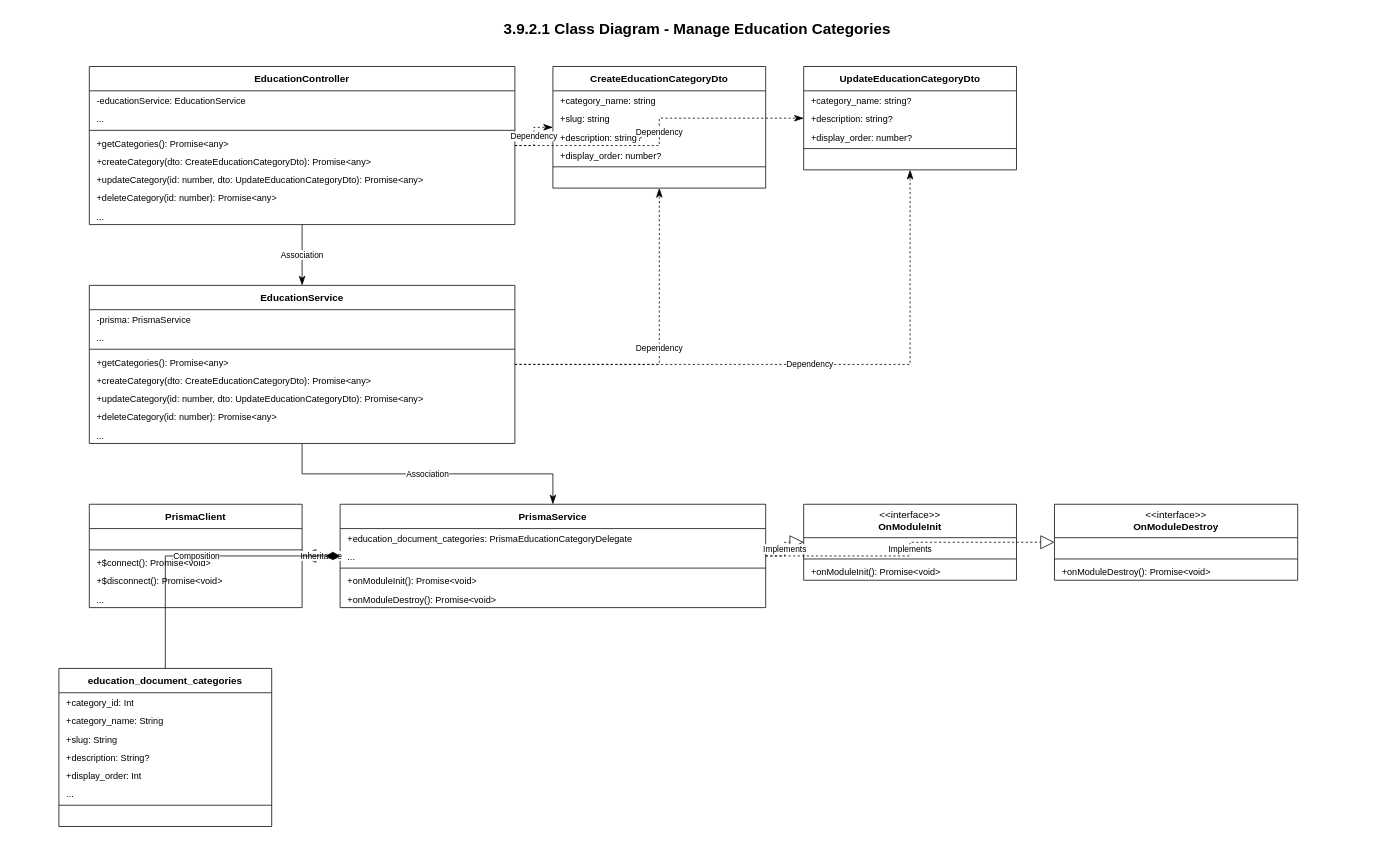
CuongBC195/class-diagram-donation-blood keeps this draw.io diagram as page "Manage Education Categories" (2 of 3) of education_all_class_diagrams.drawio. Above is the earlier version. Source tidied: cells renumbered, new cells numbered last; positions are measured from the earlier drawing's top-left corner, leaving out a move shared by most shapes. Both pictures are drawn from the tidied source at 76%, with x=0, y=0 at pixel (13, 13).
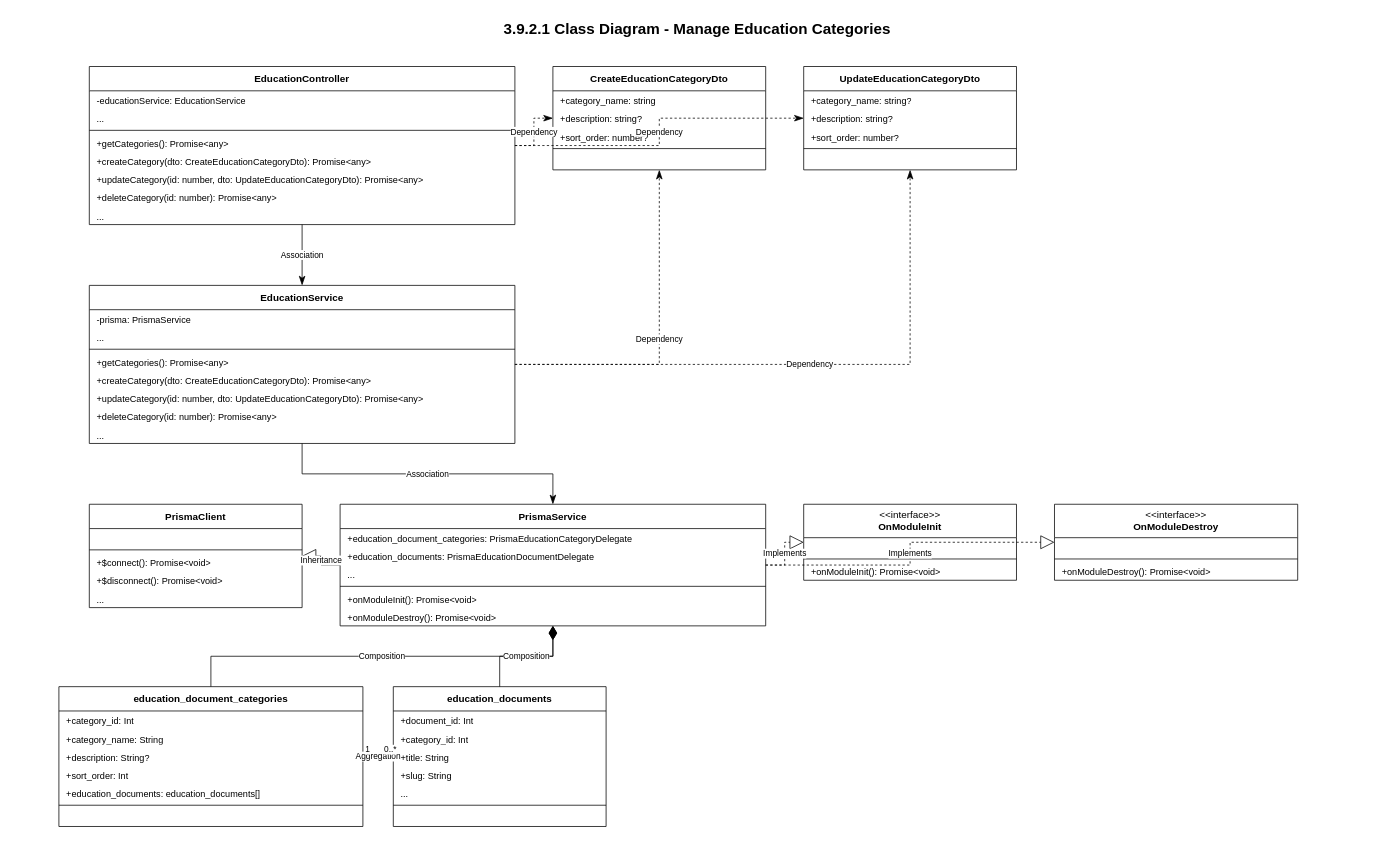
The same page after the edit.

Commit message (it also covers changes not shown here):
fix(education): align class diagrams with code and prisma schema (3 tabs)

The change refers to these unchanged cells:
```xml
<mxCell id="19" value="&lt;b&gt;UpdateEducationCategoryDto&lt;/b&gt;" style="swimlane;fontStyle=0;horizontal=1;startSize=32;whiteSpace=wrap;html=1;fillColor=#ffffff;strokeColor=#000000;swimlaneFillColor=#ffffff;fontColor=#000000;fontFamily=Arial;fontSize=13;" parent="1" vertex="1">
  <mxGeometry x="1040" y="70" width="280" height="136" as="geometry" />
</mxCell>
```

Change to the diagram source:
```diff
@@
     <mxCell id="12" value="&lt;b&gt;CreateEducationCategoryDto&lt;/b&gt;" style="swimlane;fontStyle=0;horizontal=1;startSize=32;whiteSpace=wrap;html=1;fillColor=#ffffff;strokeColor=#000000;swimlaneFillColor=#ffffff;fontColor=#000000;fontFamily=Arial;fontSize=13;" parent="1" vertex="1">
-      <mxGeometry x="710" y="70" width="280" height="160" as="geometry" />
+      <mxGeometry x="710" y="70" width="280" height="136" as="geometry" />
     </mxCell>
@@
-    <mxCell id="14" value="+slug: string" style="text;strokeColor=none;fillColor=none;align=left;verticalAlign=top;spacingLeft=8;spacingRight=8;overflow=hidden;whiteSpace=wrap;html=1;fontFamily=Arial;fontSize=12;fontColor=#000000;" parent="12" vertex="1">
+    <mxCell id="14" value="+description: string?" style="text;strokeColor=none;fillColor=none;align=left;verticalAlign=top;spacingLeft=8;spacingRight=8;overflow=hidden;whiteSpace=wrap;html=1;fontFamily=Arial;fontSize=12;fontColor=#000000;" parent="12" vertex="1">
       <mxGeometry y="56" width="280" height="24" as="geometry" />
     </mxCell>
-    <mxCell id="15" value="+description: string?" style="text;strokeColor=none;fillColor=none;align=left;verticalAlign=top;spacingLeft=8;spacingRight=8;overflow=hidden;whiteSpace=wrap;html=1;fontFamily=Arial;fontSize=12;fontColor=#000000;" parent="12" vertex="1">
+    <mxCell id="15" value="+sort_order: number?" style="text;strokeColor=none;fillColor=none;align=left;verticalAlign=top;spacingLeft=8;spacingRight=8;overflow=hidden;whiteSpace=wrap;html=1;fontFamily=Arial;fontSize=12;fontColor=#000000;" parent="12" vertex="1">
       <mxGeometry y="80" width="280" height="24" as="geometry" />
     </mxCell>
-    <mxCell id="16" value="+display_order: number?" style="text;strokeColor=none;fillColor=none;align=left;verticalAlign=top;spacingLeft=8;spacingRight=8;overflow=hidden;whiteSpace=wrap;html=1;fontFamily=Arial;fontSize=12;fontColor=#000000;" parent="12" vertex="1">
-      <mxGeometry y="104" width="280" height="24" as="geometry" />
-    </mxCell>
     <mxCell id="17" style="line;strokeWidth=1;fillColor=none;strokeColor=#000000;align=left;verticalAlign=middle;" parent="12" vertex="1">
-      <mxGeometry y="128" width="280" height="8" as="geometry" />
+      <mxGeometry y="104" width="280" height="8" as="geometry" />
     </mxCell>
     <mxCell id="18" value=" " style="text;strokeColor=none;fillColor=none;align=left;verticalAlign=top;spacingLeft=8;spacingRight=8;overflow=hidden;whiteSpace=wrap;html=1;fontFamily=Arial;fontSize=12;fontColor=#000000;" parent="12" vertex="1">
-      <mxGeometry y="136" width="280" height="24" as="geometry" />
+      <mxGeometry y="112" width="280" height="24" as="geometry" />
     </mxCell>
@@
-    <mxCell id="22" value="+display_order: number?" style="text;strokeColor=none;fillColor=none;align=left;verticalAlign=top;spacingLeft=8;spacingRight=8;overflow=hidden;whiteSpace=wrap;html=1;fontFamily=Arial;fontSize=12;fontColor=#000000;" parent="19" vertex="1">
+    <mxCell id="22" value="+sort_order: number?" style="text;strokeColor=none;fillColor=none;align=left;verticalAlign=top;spacingLeft=8;spacingRight=8;overflow=hidden;whiteSpace=wrap;html=1;fontFamily=Arial;fontSize=12;fontColor=#000000;" parent="19" vertex="1">
       <mxGeometry y="80" width="280" height="24" as="geometry" />
     </mxCell>
@@
     <mxCell id="48" value="&lt;b&gt;PrismaService&lt;/b&gt;" style="swimlane;fontStyle=0;horizontal=1;startSize=32;whiteSpace=wrap;html=1;fillColor=#ffffff;strokeColor=#000000;swimlaneFillColor=#ffffff;fontColor=#000000;fontFamily=Arial;fontSize=13;" parent="1" vertex="1">
-      <mxGeometry x="430" y="646" width="560" height="136" as="geometry" />
+      <mxGeometry x="430" y="646" width="560" height="160" as="geometry" />
     </mxCell>
@@
-    <mxCell id="50" value="..." style="text;strokeColor=none;fillColor=none;align=left;verticalAlign=top;spacingLeft=8;spacingRight=8;overflow=hidden;whiteSpace=wrap;html=1;fontFamily=Arial;fontSize=12;fontColor=#000000;" parent="48" vertex="1">
+    <mxCell id="50" value="+education_documents: PrismaEducationDocumentDelegate" style="text;strokeColor=none;fillColor=none;align=left;verticalAlign=top;spacingLeft=8;spacingRight=8;overflow=hidden;whiteSpace=wrap;html=1;fontFamily=Arial;fontSize=12;fontColor=#000000;" parent="48" vertex="1">
       <mxGeometry y="56" width="560" height="24" as="geometry" />
     </mxCell>
+    <mxCell id="73" value="..." style="text;strokeColor=none;fillColor=none;align=left;verticalAlign=top;spacingLeft=8;spacingRight=8;overflow=hidden;whiteSpace=wrap;html=1;fontFamily=Arial;fontSize=12;fontColor=#000000;" parent="48" vertex="1">
+      <mxGeometry y="80" width="560" height="24" as="geometry" />
+    </mxCell>
     <mxCell id="51" style="line;strokeWidth=1;fillColor=none;strokeColor=#000000;align=left;verticalAlign=middle;" parent="48" vertex="1">
-      <mxGeometry y="80" width="560" height="8" as="geometry" />
+      <mxGeometry y="104" width="560" height="8" as="geometry" />
     </mxCell>
     <mxCell id="52" value="+onModuleInit(): Promise&amp;lt;void&amp;gt;" style="text;strokeColor=none;fillColor=none;align=left;verticalAlign=top;spacingLeft=8;spacingRight=8;overflow=hidden;whiteSpace=wrap;html=1;fontFamily=Arial;fontSize=12;fontColor=#000000;" parent="48" vertex="1">
-      <mxGeometry y="88" width="560" height="24" as="geometry" />
+      <mxGeometry y="112" width="560" height="24" as="geometry" />
     </mxCell>
     <mxCell id="53" value="+onModuleDestroy(): Promise&amp;lt;void&amp;gt;" style="text;strokeColor=none;fillColor=none;align=left;verticalAlign=top;spacingLeft=8;spacingRight=8;overflow=hidden;whiteSpace=wrap;html=1;fontFamily=Arial;fontSize=12;fontColor=#000000;" parent="48" vertex="1">
-      <mxGeometry y="112" width="560" height="24" as="geometry" />
+      <mxGeometry y="136" width="560" height="24" as="geometry" />
     </mxCell>
     <mxCell id="54" value="&lt;b&gt;education_document_categories&lt;/b&gt;" style="swimlane;fontStyle=0;horizontal=1;startSize=32;whiteSpace=wrap;html=1;fillColor=#ffffff;strokeColor=#000000;swimlaneFillColor=#ffffff;fontColor=#000000;fontFamily=Arial;fontSize=13;" parent="1" vertex="1">
-      <mxGeometry x="60" y="862" width="280" height="208" as="geometry" />
+      <mxGeometry x="60" y="886" width="400" height="184" as="geometry" />
     </mxCell>
     <mxCell id="55" value="+category_id: Int" style="text;strokeColor=none;fillColor=none;align=left;verticalAlign=top;spacingLeft=8;spacingRight=8;overflow=hidden;whiteSpace=wrap;html=1;fontFamily=Arial;fontSize=12;fontColor=#000000;" parent="54" vertex="1">
-      <mxGeometry y="32" width="280" height="24" as="geometry" />
+      <mxGeometry y="32" width="400" height="24" as="geometry" />
     </mxCell>
     <mxCell id="56" value="+category_name: String" style="text;strokeColor=none;fillColor=none;align=left;verticalAlign=top;spacingLeft=8;spacingRight=8;overflow=hidden;whiteSpace=wrap;html=1;fontFamily=Arial;fontSize=12;fontColor=#000000;" parent="54" vertex="1">
-      <mxGeometry y="56" width="280" height="24" as="geometry" />
+      <mxGeometry y="56" width="400" height="24" as="geometry" />
     </mxCell>
-    <mxCell id="57" value="+slug: String" style="text;strokeColor=none;fillColor=none;align=left;verticalAlign=top;spacingLeft=8;spacingRight=8;overflow=hidden;whiteSpace=wrap;html=1;fontFamily=Arial;fontSize=12;fontColor=#000000;" parent="54" vertex="1">
-      <mxGeometry y="80" width="280" height="24" as="geometry" />
+    <mxCell id="57" value="+description: String?" style="text;strokeColor=none;fillColor=none;align=left;verticalAlign=top;spacingLeft=8;spacingRight=8;overflow=hidden;whiteSpace=wrap;html=1;fontFamily=Arial;fontSize=12;fontColor=#000000;" parent="54" vertex="1">
+      <mxGeometry y="80" width="400" height="24" as="geometry" />
     </mxCell>
-    <mxCell id="58" value="+description: String?" style="text;strokeColor=none;fillColor=none;align=left;verticalAlign=top;spacingLeft=8;spacingRight=8;overflow=hidden;whiteSpace=wrap;html=1;fontFamily=Arial;fontSize=12;fontColor=#000000;" parent="54" vertex="1">
-      <mxGeometry y="104" width="280" height="24" as="geometry" />
+    <mxCell id="58" value="+sort_order: Int" style="text;strokeColor=none;fillColor=none;align=left;verticalAlign=top;spacingLeft=8;spacingRight=8;overflow=hidden;whiteSpace=wrap;html=1;fontFamily=Arial;fontSize=12;fontColor=#000000;" parent="54" vertex="1">
+      <mxGeometry y="104" width="400" height="24" as="geometry" />
     </mxCell>
-    <mxCell id="59" value="+display_order: Int" style="text;strokeColor=none;fillColor=none;align=left;verticalAlign=top;spacingLeft=8;spacingRight=8;overflow=hidden;whiteSpace=wrap;html=1;fontFamily=Arial;fontSize=12;fontColor=#000000;" parent="54" vertex="1">
-      <mxGeometry y="128" width="280" height="24" as="geometry" />
+    <mxCell id="59" value="+education_documents: education_documents[]" style="text;strokeColor=none;fillColor=none;align=left;verticalAlign=top;spacingLeft=8;spacingRight=8;overflow=hidden;whiteSpace=wrap;html=1;fontFamily=Arial;fontSize=12;fontColor=#000000;" parent="54" vertex="1">
+      <mxGeometry y="128" width="400" height="24" as="geometry" />
     </mxCell>
-    <mxCell id="60" value="..." style="text;strokeColor=none;fillColor=none;align=left;verticalAlign=top;spacingLeft=8;spacingRight=8;overflow=hidden;whiteSpace=wrap;html=1;fontFamily=Arial;fontSize=12;fontColor=#000000;" parent="54" vertex="1">
-      <mxGeometry y="152" width="280" height="24" as="geometry" />
-    </mxCell>
     <mxCell id="61" style="line;strokeWidth=1;fillColor=none;strokeColor=#000000;align=left;verticalAlign=middle;" parent="54" vertex="1">
-      <mxGeometry y="176" width="280" height="8" as="geometry" />
+      <mxGeometry y="152" width="400" height="8" as="geometry" />
     </mxCell>
     <mxCell id="62" value=" " style="text;strokeColor=none;fillColor=none;align=left;verticalAlign=top;spacingLeft=8;spacingRight=8;overflow=hidden;whiteSpace=wrap;html=1;fontFamily=Arial;fontSize=12;fontColor=#000000;" parent="54" vertex="1">
-      <mxGeometry y="184" width="280" height="24" as="geometry" />
+      <mxGeometry y="160" width="400" height="24" as="geometry" />
     </mxCell>
+    <mxCell id="74" value="&lt;b&gt;education_documents&lt;/b&gt;" style="swimlane;fontStyle=0;horizontal=1;startSize=32;whiteSpace=wrap;html=1;fillColor=#ffffff;strokeColor=#000000;swimlaneFillColor=#ffffff;fontColor=#000000;fontFamily=Arial;fontSize=13;" parent="1" vertex="1">
+      <mxGeometry x="500" y="886" width="280" height="184" as="geometry" />
+    </mxCell>
+    <mxCell id="75" value="+document_id: Int" style="text;strokeColor=none;fillColor=none;align=left;verticalAlign=top;spacingLeft=8;spacingRight=8;overflow=hidden;whiteSpace=wrap;html=1;fontFamily=Arial;fontSize=12;fontColor=#000000;" parent="74" vertex="1">
+      <mxGeometry y="32" width="280" height="24" as="geometry" />
+    </mxCell>
+    <mxCell id="76" value="+category_id: Int" style="text;strokeColor=none;fillColor=none;align=left;verticalAlign=top;spacingLeft=8;spacingRight=8;overflow=hidden;whiteSpace=wrap;html=1;fontFamily=Arial;fontSize=12;fontColor=#000000;" parent="74" vertex="1">
+      <mxGeometry y="56" width="280" height="24" as="geometry" />
+    </mxCell>
+    <mxCell id="77" value="+title: String" style="text;strokeColor=none;fillColor=none;align=left;verticalAlign=top;spacingLeft=8;spacingRight=8;overflow=hidden;whiteSpace=wrap;html=1;fontFamily=Arial;fontSize=12;fontColor=#000000;" parent="74" vertex="1">
+      <mxGeometry y="80" width="280" height="24" as="geometry" />
+    </mxCell>
+    <mxCell id="78" value="+slug: String" style="text;strokeColor=none;fillColor=none;align=left;verticalAlign=top;spacingLeft=8;spacingRight=8;overflow=hidden;whiteSpace=wrap;html=1;fontFamily=Arial;fontSize=12;fontColor=#000000;" parent="74" vertex="1">
+      <mxGeometry y="104" width="280" height="24" as="geometry" />
+    </mxCell>
+    <mxCell id="79" value="..." style="text;strokeColor=none;fillColor=none;align=left;verticalAlign=top;spacingLeft=8;spacingRight=8;overflow=hidden;whiteSpace=wrap;html=1;fontFamily=Arial;fontSize=12;fontColor=#000000;" parent="74" vertex="1">
+      <mxGeometry y="128" width="280" height="24" as="geometry" />
+    </mxCell>
+    <mxCell id="80" style="line;strokeWidth=1;fillColor=none;strokeColor=#000000;align=left;verticalAlign=middle;" parent="74" vertex="1">
+      <mxGeometry y="152" width="280" height="8" as="geometry" />
+    </mxCell>
+    <mxCell id="81" value=" " style="text;strokeColor=none;fillColor=none;align=left;verticalAlign=top;spacingLeft=8;spacingRight=8;overflow=hidden;whiteSpace=wrap;html=1;fontFamily=Arial;fontSize=12;fontColor=#000000;" parent="74" vertex="1">
+      <mxGeometry y="160" width="280" height="24" as="geometry" />
+    </mxCell>
@@
+    <mxCell id="82" value="Composition" style="html=1;rounded=0;edgeStyle=orthogonalEdgeStyle;strokeColor=#000000;fontColor=#000000;labelBackgroundColor=#ffffff;fontFamily=Arial;fontSize=11;dashed=0;startArrow=diamondThin;startFill=1;startSize=16;endArrow=none;" parent="1" edge="1" source="48" target="74">
+      <mxGeometry relative="1" as="geometry" />
+    </mxCell>
+    <mxCell id="83" value="Aggregation" style="html=1;rounded=0;edgeStyle=orthogonalEdgeStyle;strokeColor=#000000;fontColor=#000000;labelBackgroundColor=#ffffff;fontFamily=Arial;fontSize=11;dashed=0;startArrow=diamondThin;startFill=0;startSize=16;endArrow=none;" parent="1" edge="1" source="54" target="74">
+      <mxGeometry relative="1" as="geometry" />
+    </mxCell>
+    <mxCell id="84" value="1" style="edgeLabel;html=1;align=center;verticalAlign=middle;labelBackgroundColor=#ffffff;fontFamily=Arial;fontSize=11;fontColor=#000000;" parent="83" vertex="1">
+      <mxGeometry x="-0.75" relative="1" as="geometry">
+        <mxPoint y="-10" as="offset" />
+      </mxGeometry>
+    </mxCell>
+    <mxCell id="85" value="0..*" style="edgeLabel;html=1;align=center;verticalAlign=middle;labelBackgroundColor=#ffffff;fontFamily=Arial;fontSize=11;fontColor=#000000;" parent="83" vertex="1">
+      <mxGeometry x="0.75" relative="1" as="geometry">
+        <mxPoint y="-10" as="offset" />
+      </mxGeometry>
+    </mxCell>
```
